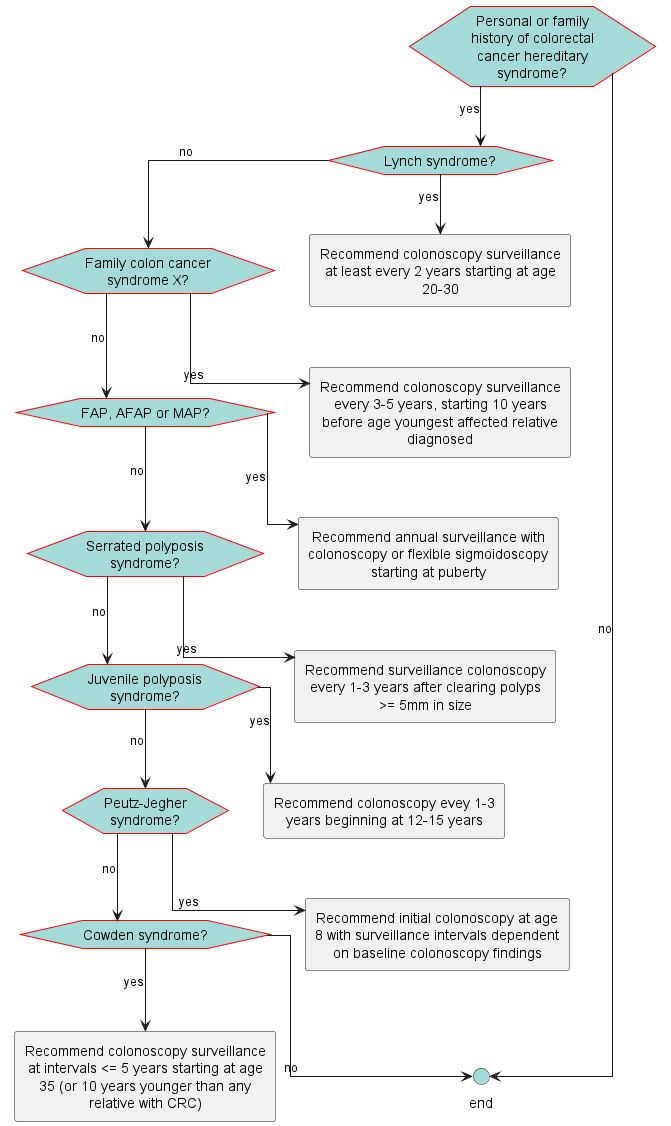
Earlier version of the PlantUML export images/flow-Syndromes.png (ccsm-cds-tools/CDC-Colorectal-Cancer-Screening-CDS-L2).
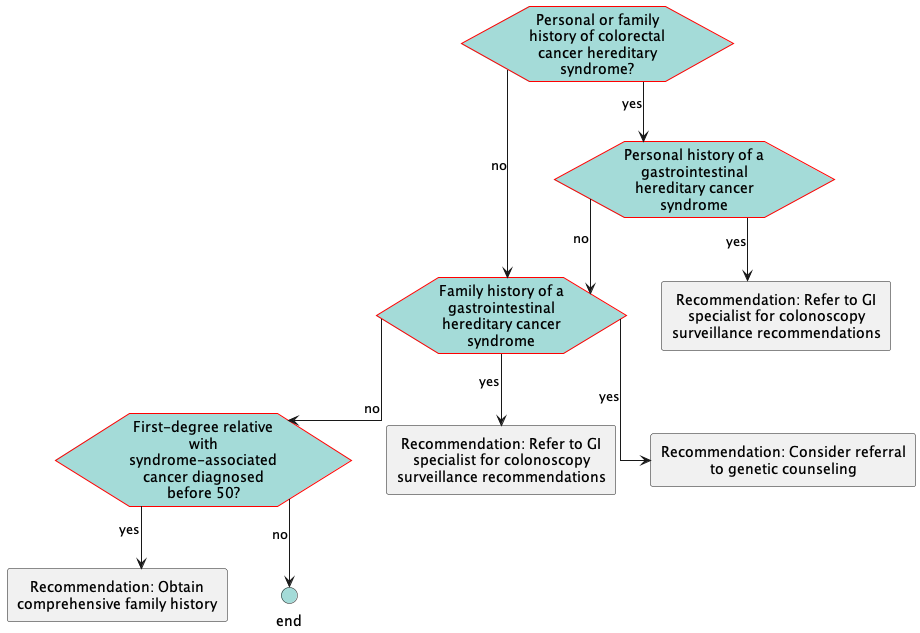
The same diagram one commit later.

What changed in the source:
```diff
@@ -18,35 +18,21 @@
 }
 </style>
 hexagon "Personal or family history of colorectal cancer hereditary syndrome? " as eve_CRCHereditarySyndrome [[#eve-CRCHereditarySyndrome]]
-hexagon "Lynch syndrome?" as eve_LynchSyndrome [[#eve-LynchSyndrome]]
-hexagon "Family colon cancer syndrome X?" as eve_familyColonCancerX [[#eve-familyColonCancerX]]
-hexagon "FAP, AFAP or MAP?" as eve_FAP_AFAP_MAP [[#eve-FAP-AFAP-MAP]]
-hexagon "Serrated polyposis syndrome?" as eve_SPS [[#eve-SPS]]
-hexagon "Juvenile polyposis syndrome?" as eve_JPS [[#eve-JPS]]
-hexagon "Peutz-Jegher syndrome?" as eve_peutzJeghers [[#eve-peutzJeghers]]
-hexagon "Cowden syndrome?" as eve_PTEN [[#eve-PTEN]]
+hexagon "Personal history of a gastrointestinal hereditary cancer syndrome" as eve_personalHxSyndrome [[#eve-personalHxSyndrome]]
+hexagon "Family history of a gastrointestinal hereditary cancer syndrome" as eve_famHxSyndrome [[#eve-famHxSyndrome]]
+hexagon "First-degree relative with syndrome-associated cancer diagnosed before 50?" as eve_famHxEarlyOnsetCancer [[#eve-famHxEarlyOnsetCancer]]
+rectangle "Recommendation: Refer to GI specialist for colonoscopy surveillance recommendations" as act_syndromeReferral [[#act-syndromeReferral]]
+rectangle "Recommendation: Refer to GI specialist for colonoscopy surveillance recommendations" as act_famHxSyndromeReferral [[#act-famHxSyndromeReferral]]
+rectangle "Recommendation: Consider referral to genetic counseling" as act_geneticCounseling [[#act-geneticCounseling]]
+rectangle "Recommendation: Obtain comprehensive family history" as act_comprehensiveFamHx [[#act-comprehensiveFamHx]]
 circle "end" as end_1 <<end>>
-rectangle "Recommend colonoscopy surveillance at least every 2 years starting at age 20-30" as act_LynchSyndromeSurveillance [[#act-LynchSyndromeSurveillance]]
-rectangle "Recommend colonoscopy surveillance every 3-5 years, starting 10 years before age youngest affected relative diagnosed" as act_syndromeX [[#act-syndromeX]]
-rectangle "Recommend annual surveillance with colonoscopy or flexible sigmoidoscopy starting at puberty" as act_APSyndromesSurveillance [[#act-APSyndromesSurveillance]]
-rectangle "Recommend surveillance colonoscopy every 1-3 years after clearing polyps >= 5mm in size" as act_SPSSurveillance [[#act-SPSSurveillance]]
-rectangle "Recommend colonoscopy evey 1-3 years beginning at 12-15 years" as act_JPSSurveillance [[#act-JPSSurveillance]]
-rectangle "Recommend initial colonoscopy at age 8 with surveillance intervals dependent on baseline colonoscopy findings" as act_PJSSurveillance [[#act-PJSSurveillance]]
-rectangle "Recommend colonoscopy surveillance at intervals <= 5 years starting at age 35 (or 10 years younger than any relative with CRC)" as act_PTENSurveillance [[#act-PTENSurveillance]]
-eve_CRCHereditarySyndrome-->eve_LynchSyndrome: yes
-eve_CRCHereditarySyndrome-->end_1: no
-eve_LynchSyndrome-->act_LynchSyndromeSurveillance: yes
-eve_LynchSyndrome-->eve_familyColonCancerX: no
-eve_familyColonCancerX-->act_syndromeX: yes
-eve_familyColonCancerX-->eve_FAP_AFAP_MAP: no
-eve_FAP_AFAP_MAP-->act_APSyndromesSurveillance: yes
-eve_FAP_AFAP_MAP-->eve_SPS: no
-eve_SPS-->act_SPSSurveillance: yes
-eve_SPS-->eve_JPS: no
-eve_JPS-->act_JPSSurveillance: yes
-eve_JPS-->eve_peutzJeghers: no
-eve_peutzJeghers-->act_PJSSurveillance: yes
-eve_peutzJeghers-->eve_PTEN: no
-eve_PTEN-->act_PTENSurveillance: yes
-eve_PTEN-->end_1: no
+eve_CRCHereditarySyndrome-->eve_personalHxSyndrome: yes
+eve_CRCHereditarySyndrome-->eve_famHxSyndrome: no
+eve_personalHxSyndrome-->act_syndromeReferral: yes
+eve_personalHxSyndrome-->eve_famHxSyndrome: no
+eve_famHxSyndrome-->act_famHxSyndromeReferral: yes
+eve_famHxSyndrome-->act_geneticCounseling: yes
+eve_famHxSyndrome-->eve_famHxEarlyOnsetCancer: no
+eve_famHxEarlyOnsetCancer-->act_comprehensiveFamHx: yes
+eve_famHxEarlyOnsetCancer-->end_1: no
 @enduml
```
